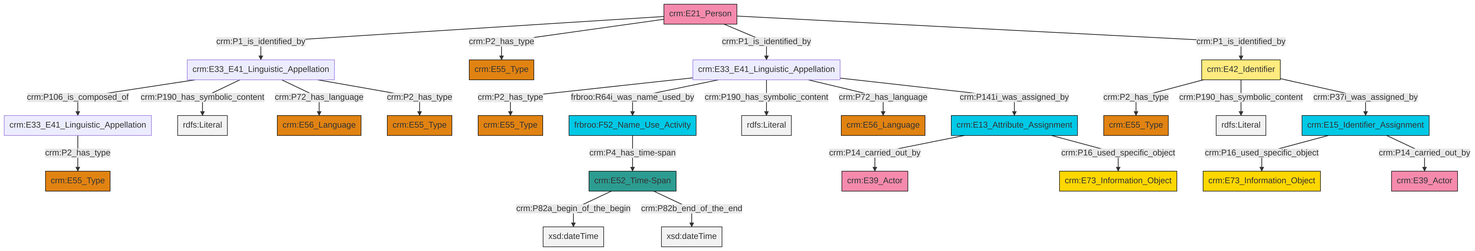
swiss-art-research-net/docs.swissartresearch keeps this Mermaid diagram as et/personCSV/ttl/mmd/png/Person_Names_and_Classification.png. Above is the earlier version. Its source is kept beside it as et/personCSV/ttl/mmd/Person_Names_and_Classification.ttl.mmd.
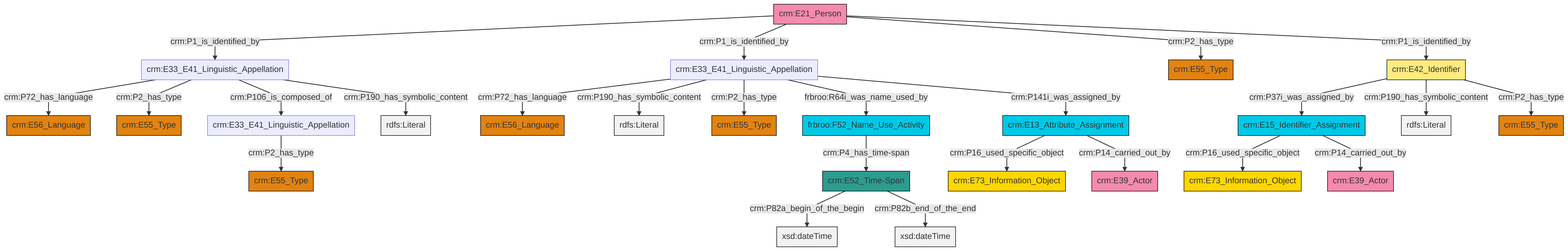
After the commit.

What changed in the source:
```diff
@@ -13,27 +13,27 @@
 classDef PC_Classes fill:#4ce600, stroke:#000000;
 classDef Multi fill:#cccccc,stroke:#000000;
 
-4["crm:E21_Person"]:::Actor -->|crm:P1_is_identified_by| 5["crm:E33_E41_Linguistic_Appellation"]:::Default
-8["crm:E33_E41_Linguistic_Appellation"]:::Default -->|crm:P2_has_type| 9["crm:E55_Type"]:::Type
-4["crm:E21_Person"]:::Actor -->|crm:P2_has_type| 0["crm:E55_Type"]:::Type
-12["crm:E33_E41_Linguistic_Appellation"]:::Default -->|crm:P2_has_type| 13["crm:E55_Type"]:::Type
-4["crm:E21_Person"]:::Actor -->|crm:P1_is_identified_by| 8["crm:E33_E41_Linguistic_Appellation"]:::Default
-16["crm:E15_Identifier_Assignment"]:::Temporal_Entity -->|crm:P16_used_specific_object| 10["crm:E73_Information_Object"]:::Conceptual_Object
-8["crm:E33_E41_Linguistic_Appellation"]:::Default -->|frbroo:R64i_was_name_used_by| 14["frbroo:F52_Name_Use_Activity"]:::Temporal_Entity
-17["crm:E13_Attribute_Assignment"]:::Temporal_Entity -->|crm:P14_carried_out_by| 18["crm:E39_Actor"]:::Actor
-14["frbroo:F52_Name_Use_Activity"]:::Temporal_Entity -->|crm:P4_has_time-span| 23["crm:E52_Time-Span"]:::Time-Span
-16["crm:E15_Identifier_Assignment"]:::Temporal_Entity -->|crm:P14_carried_out_by| 21["crm:E39_Actor"]:::Actor
-23["crm:E52_Time-Span"]:::Time-Span -->|crm:P82a_begin_of_the_begin| 27[xsd:dateTime]:::Literal
-6["crm:E42_Identifier"]:::Appellation -->|crm:P2_has_type| 2["crm:E55_Type"]:::Type
-8["crm:E33_E41_Linguistic_Appellation"]:::Default -->|crm:P190_has_symbolic_content| 30[rdfs:Literal]:::Literal
-4["crm:E21_Person"]:::Actor -->|crm:P1_is_identified_by| 6["crm:E42_Identifier"]:::Appellation
-5["crm:E33_E41_Linguistic_Appellation"]:::Default -->|crm:P106_is_composed_of| 12["crm:E33_E41_Linguistic_Appellation"]:::Default
-8["crm:E33_E41_Linguistic_Appellation"]:::Default -->|crm:P72_has_language| 19["crm:E56_Language"]:::Type
-5["crm:E33_E41_Linguistic_Appellation"]:::Default -->|crm:P190_has_symbolic_content| 36[rdfs:Literal]:::Literal
-17["crm:E13_Attribute_Assignment"]:::Temporal_Entity -->|crm:P16_used_specific_object| 25["crm:E73_Information_Object"]:::Conceptual_Object
-6["crm:E42_Identifier"]:::Appellation -->|crm:P190_has_symbolic_content| 40[rdfs:Literal]:::Literal
-6["crm:E42_Identifier"]:::Appellation -->|crm:P37i_was_assigned_by| 16["crm:E15_Identifier_Assignment"]:::Temporal_Entity
-23["crm:E52_Time-Span"]:::Time-Span -->|crm:P82b_end_of_the_end| 44[xsd:dateTime]:::Literal
-5["crm:E33_E41_Linguistic_Appellation"]:::Default -->|crm:P72_has_language| 45["crm:E56_Language"]:::Type
-5["crm:E33_E41_Linguistic_Appellation"]:::Default -->|crm:P2_has_type| 34["crm:E55_Type"]:::Type
-8["crm:E33_E41_Linguistic_Appellation"]:::Default -->|crm:P141i_was_assigned_by| 17["crm:E13_Attribute_Assignment"]:::Temporal_Entity
+4["crm:E33_E41_Linguistic_Appellation"]:::Default -->|crm:P72_has_language| 5["crm:E56_Language"]:::Type
+6["crm:E42_Identifier"]:::Appellation -->|crm:P37i_was_assigned_by| 7["crm:E15_Identifier_Assignment"]:::Temporal_Entity
+8["crm:E52_Time-Span"]:::Time-Span -->|crm:P82a_begin_of_the_begin| 9[xsd:dateTime]:::Literal
+7["crm:E15_Identifier_Assignment"]:::Temporal_Entity -->|crm:P16_used_specific_object| 12["crm:E73_Information_Object"]:::Conceptual_Object
+14["crm:E21_Person"]:::Actor -->|crm:P1_is_identified_by| 4["crm:E33_E41_Linguistic_Appellation"]:::Default
+15["crm:E13_Attribute_Assignment"]:::Temporal_Entity -->|crm:P16_used_specific_object| 16["crm:E73_Information_Object"]:::Conceptual_Object
+10["crm:E33_E41_Linguistic_Appellation"]:::Default -->|crm:P72_has_language| 0["crm:E56_Language"]:::Type
+14["crm:E21_Person"]:::Actor -->|crm:P1_is_identified_by| 10["crm:E33_E41_Linguistic_Appellation"]:::Default
+7["crm:E15_Identifier_Assignment"]:::Temporal_Entity -->|crm:P14_carried_out_by| 17["crm:E39_Actor"]:::Actor
+6["crm:E42_Identifier"]:::Appellation -->|crm:P190_has_symbolic_content| 18[rdfs:Literal]:::Literal
+10["crm:E33_E41_Linguistic_Appellation"]:::Default -->|crm:P190_has_symbolic_content| 20[rdfs:Literal]:::Literal
+4["crm:E33_E41_Linguistic_Appellation"]:::Default -->|crm:P2_has_type| 23["crm:E55_Type"]:::Type
+10["crm:E33_E41_Linguistic_Appellation"]:::Default -->|crm:P2_has_type| 25["crm:E55_Type"]:::Type
+10["crm:E33_E41_Linguistic_Appellation"]:::Default -->|frbroo:R64i_was_name_used_by| 28["frbroo:F52_Name_Use_Activity"]:::Temporal_Entity
+10["crm:E33_E41_Linguistic_Appellation"]:::Default -->|crm:P141i_was_assigned_by| 15["crm:E13_Attribute_Assignment"]:::Temporal_Entity
+2["crm:E33_E41_Linguistic_Appellation"]:::Default -->|crm:P2_has_type| 30["crm:E55_Type"]:::Type
+28["frbroo:F52_Name_Use_Activity"]:::Temporal_Entity -->|crm:P4_has_time-span| 8["crm:E52_Time-Span"]:::Time-Span
+4["crm:E33_E41_Linguistic_Appellation"]:::Default -->|crm:P106_is_composed_of| 2["crm:E33_E41_Linguistic_Appellation"]:::Default
+15["crm:E13_Attribute_Assignment"]:::Temporal_Entity -->|crm:P14_carried_out_by| 33["crm:E39_Actor"]:::Actor
+14["crm:E21_Person"]:::Actor -->|crm:P2_has_type| 26["crm:E55_Type"]:::Type
+8["crm:E52_Time-Span"]:::Time-Span -->|crm:P82b_end_of_the_end| 37[xsd:dateTime]:::Literal
+4["crm:E33_E41_Linguistic_Appellation"]:::Default -->|crm:P190_has_symbolic_content| 43[rdfs:Literal]:::Literal
+14["crm:E21_Person"]:::Actor -->|crm:P1_is_identified_by| 6["crm:E42_Identifier"]:::Appellation
+6["crm:E42_Identifier"]:::Appellation -->|crm:P2_has_type| 41["crm:E55_Type"]:::Type
```
